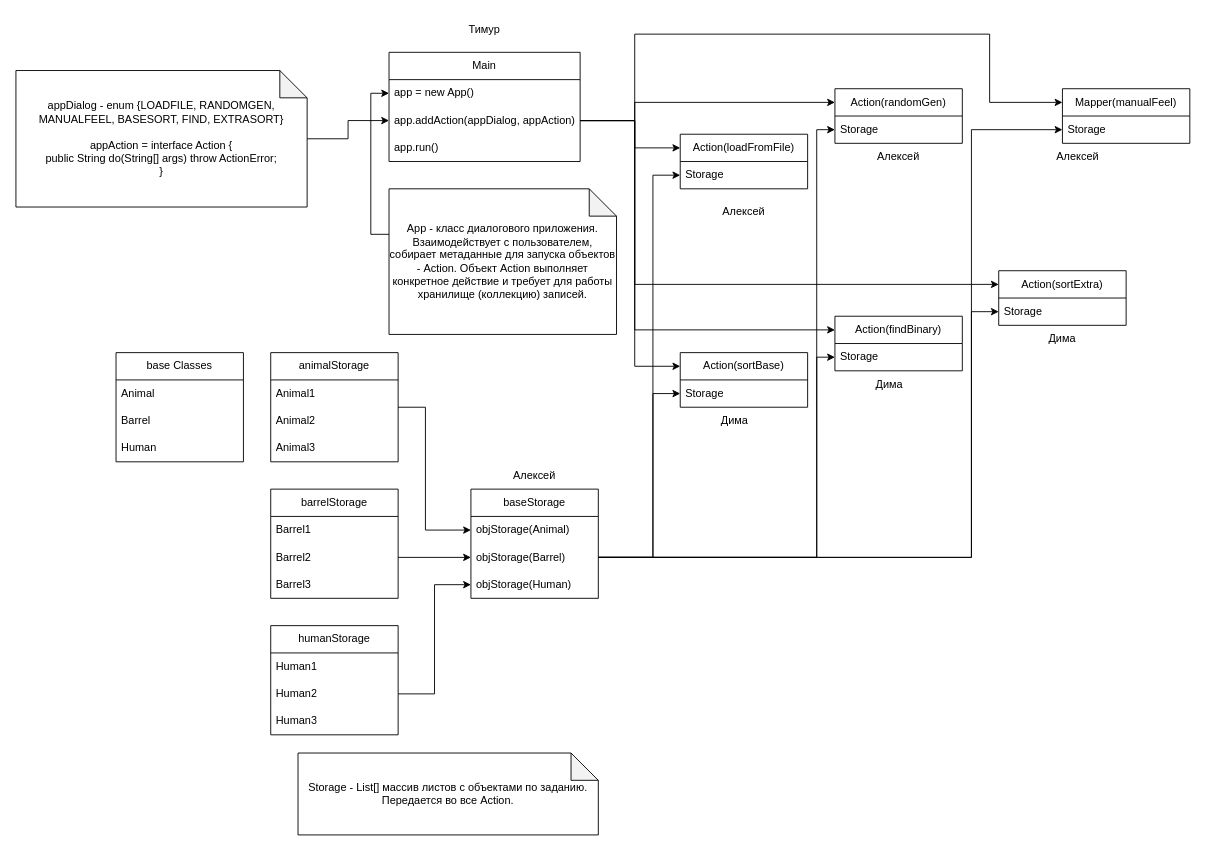
This is doc/SortApp.drawio from TimurRahimov/AstonStage1Project, a draw.io file, before an edit. Source tidied: cells renumbered, new cells numbered last; positions are measured from the earlier drawing's top-left corner, leaving out a move shared by most shapes. Both pictures are drawn from the tidied source at 91%, with x=0, y=0 at pixel (15, 15).
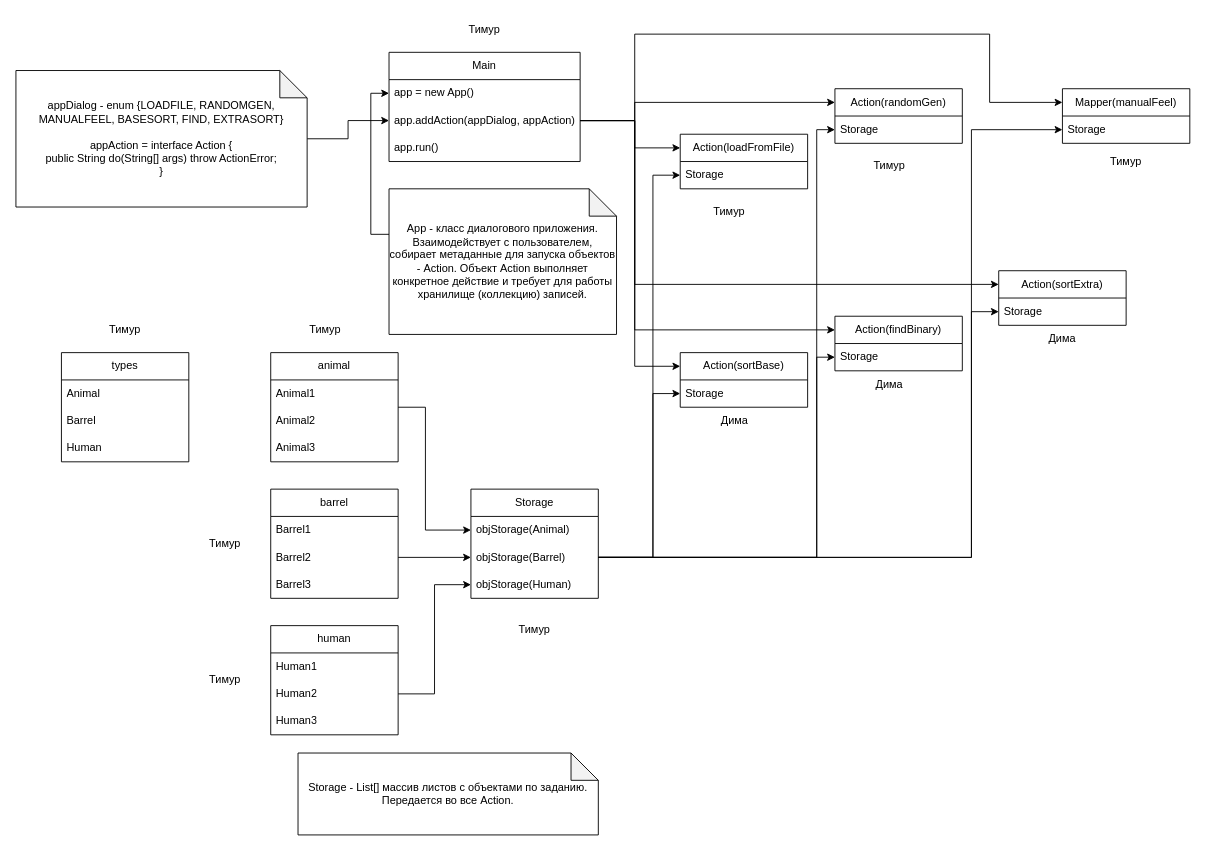
Above is the later version.

Commit message:
update app schema

The edit, as a diff of the source:
```diff
@@
-    <mxCell id="18" value="base Classes" style="swimlane;fontStyle=0;horizontal=1;startSize=30;whiteSpace=wrap;html=1;" parent="1" vertex="1">
-      <mxGeometry x="110" y="370" width="140" height="120" as="geometry" />
+    <mxCell id="18" value="types" style="swimlane;fontStyle=0;horizontal=1;startSize=30;whiteSpace=wrap;html=1;" parent="1" vertex="1">
+      <mxGeometry x="50" y="370" width="140" height="120" as="geometry" />
     </mxCell>
@@
-    <mxCell id="25" value="animalStorage" style="swimlane;fontStyle=0;horizontal=1;startSize=30;whiteSpace=wrap;html=1;" parent="1" vertex="1">
+    <mxCell id="25" value="animal" style="swimlane;fontStyle=0;horizontal=1;startSize=30;whiteSpace=wrap;html=1;" parent="1" vertex="1">
       <mxGeometry x="280" y="370" width="140" height="120" as="geometry" />
     </mxCell>
@@
-    <mxCell id="29" value="barrel&lt;span style=&quot;background-color: initial;&quot;&gt;Storage&lt;/span&gt;" style="swimlane;fontStyle=0;horizontal=1;startSize=30;whiteSpace=wrap;html=1;" parent="1" vertex="1">
+    <mxCell id="29" value="barrel" style="swimlane;fontStyle=0;horizontal=1;startSize=30;whiteSpace=wrap;html=1;" parent="1" vertex="1">
       <mxGeometry x="280" y="520" width="140" height="120" as="geometry" />
     </mxCell>
@@
-    <mxCell id="33" value="&lt;span style=&quot;background-color: initial;&quot;&gt;human&lt;/span&gt;&lt;span style=&quot;background-color: initial;&quot;&gt;Storage&lt;/span&gt;" style="swimlane;fontStyle=0;horizontal=1;startSize=30;whiteSpace=wrap;html=1;" parent="1" vertex="1">
+    <mxCell id="33" value="&lt;span style=&quot;background-color: initial;&quot;&gt;human&lt;/span&gt;" style="swimlane;fontStyle=0;horizontal=1;startSize=30;whiteSpace=wrap;html=1;" parent="1" vertex="1">
       <mxGeometry x="280" y="670" width="140" height="120" as="geometry" />
     </mxCell>
@@
-    <mxCell id="37" value="baseStorage" style="swimlane;fontStyle=0;horizontal=1;startSize=30;whiteSpace=wrap;html=1;" parent="1" vertex="1">
+    <mxCell id="37" value="Storage" style="swimlane;fontStyle=0;horizontal=1;startSize=30;whiteSpace=wrap;html=1;" parent="1" vertex="1">
       <mxGeometry x="500" y="520" width="140" height="120" as="geometry" />
     </mxCell>
@@
-    <mxCell id="58" value="Алексей" style="text;html=1;align=center;verticalAlign=middle;whiteSpace=wrap;rounded=0;" parent="1" vertex="1">
-      <mxGeometry x="770" y="200" width="60" height="30" as="geometry" />
-    </mxCell>
-    <mxCell id="59" value="Алексей" style="text;html=1;align=center;verticalAlign=middle;whiteSpace=wrap;rounded=0;" parent="1" vertex="1">
-      <mxGeometry x="940" y="140" width="60" height="30" as="geometry" />
-    </mxCell>
-    <mxCell id="60" value="Алексей" style="text;html=1;align=center;verticalAlign=middle;whiteSpace=wrap;rounded=0;" parent="1" vertex="1">
-      <mxGeometry x="1137" y="140" width="60" height="30" as="geometry" />
-    </mxCell>
-    <mxCell id="61" value="Алексей" style="text;html=1;align=center;verticalAlign=middle;whiteSpace=wrap;rounded=0;" parent="1" vertex="1">
-      <mxGeometry x="540" y="490" width="60" height="30" as="geometry" />
-    </mxCell>
@@
+    <mxCell id="66" value="Тимур" style="text;html=1;align=center;verticalAlign=middle;whiteSpace=wrap;rounded=0;" parent="1" vertex="1">
+      <mxGeometry x="754" y="200" width="60" height="30" as="geometry" />
+    </mxCell>
+    <mxCell id="67" value="Тимур" style="text;html=1;align=center;verticalAlign=middle;whiteSpace=wrap;rounded=0;" parent="1" vertex="1">
+      <mxGeometry x="930" y="150" width="60" height="30" as="geometry" />
+    </mxCell>
+    <mxCell id="68" value="Тимур" style="text;html=1;align=center;verticalAlign=middle;whiteSpace=wrap;rounded=0;" parent="1" vertex="1">
+      <mxGeometry x="1190" y="145" width="60" height="30" as="geometry" />
+    </mxCell>
+    <mxCell id="69" value="Тимур" style="text;html=1;align=center;verticalAlign=middle;whiteSpace=wrap;rounded=0;" parent="1" vertex="1">
+      <mxGeometry x="540" y="660" width="60" height="30" as="geometry" />
+    </mxCell>
+    <mxCell id="70" value="Тимур" style="text;html=1;align=center;verticalAlign=middle;whiteSpace=wrap;rounded=0;" parent="1" vertex="1">
+      <mxGeometry x="310" y="330" width="60" height="30" as="geometry" />
+    </mxCell>
+    <mxCell id="71" value="Тимур" style="text;html=1;align=center;verticalAlign=middle;whiteSpace=wrap;rounded=0;" parent="1" vertex="1">
+      <mxGeometry x="200" y="565" width="60" height="30" as="geometry" />
+    </mxCell>
+    <mxCell id="72" value="Тимур" style="text;html=1;align=center;verticalAlign=middle;whiteSpace=wrap;rounded=0;" parent="1" vertex="1">
+      <mxGeometry x="200" y="715" width="60" height="30" as="geometry" />
+    </mxCell>
+    <mxCell id="73" value="Тимур" style="text;html=1;align=center;verticalAlign=middle;whiteSpace=wrap;rounded=0;" parent="1" vertex="1">
+      <mxGeometry x="90" y="330" width="60" height="30" as="geometry" />
+    </mxCell>
```
